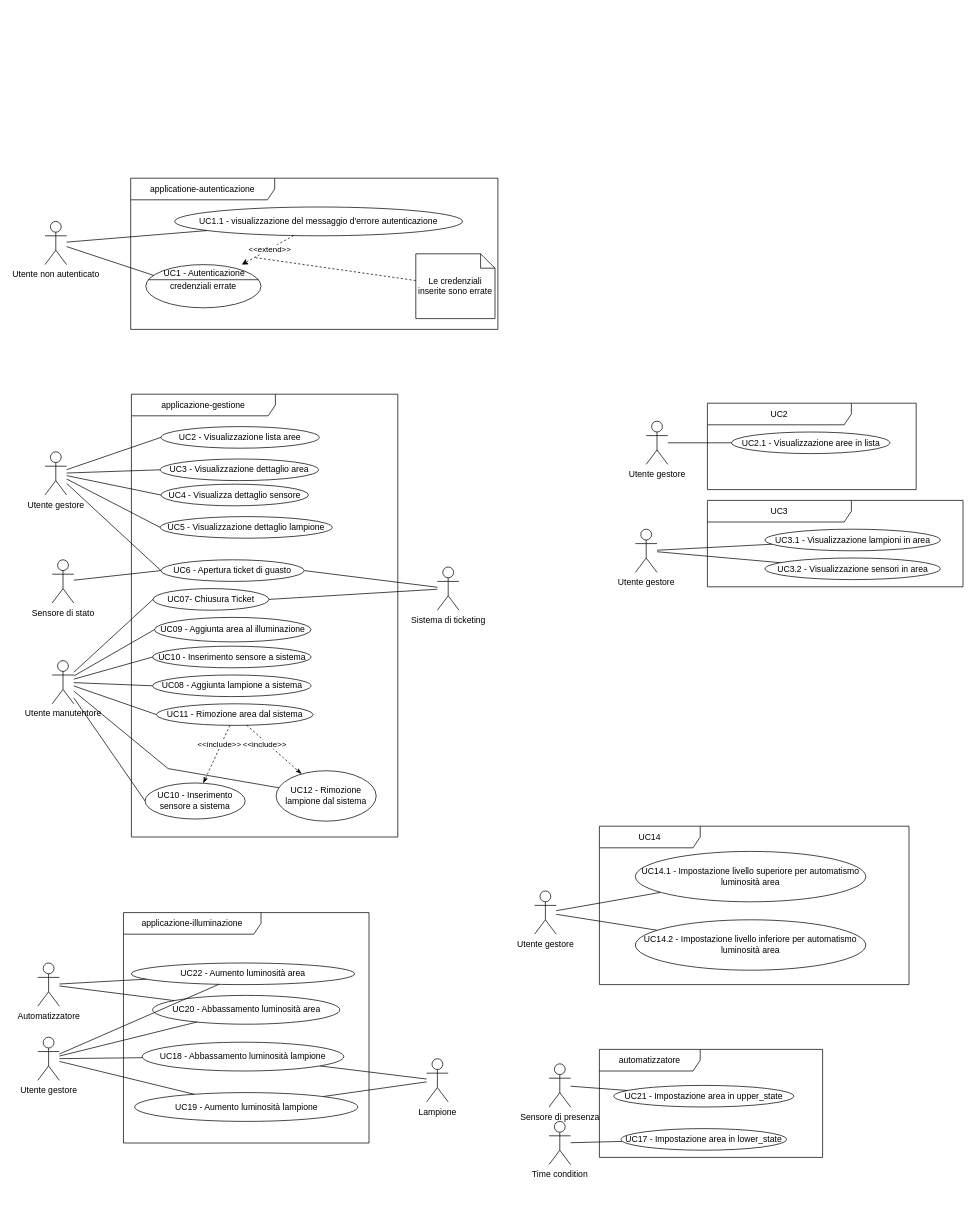
SWEasabi/analisi-dei-requisiti keeps this draw.io diagram as page "OK" (1 of 2) of casi_uso_grafici.drawio. Above is the earlier version. Source tidied: cells renumbered, new cells numbered last; positions are measured from the earlier drawing's top-left corner, leaving out a move shared by most shapes. Both pictures are drawn from the tidied source at 72%, with x=0, y=0 at pixel (37, 178).
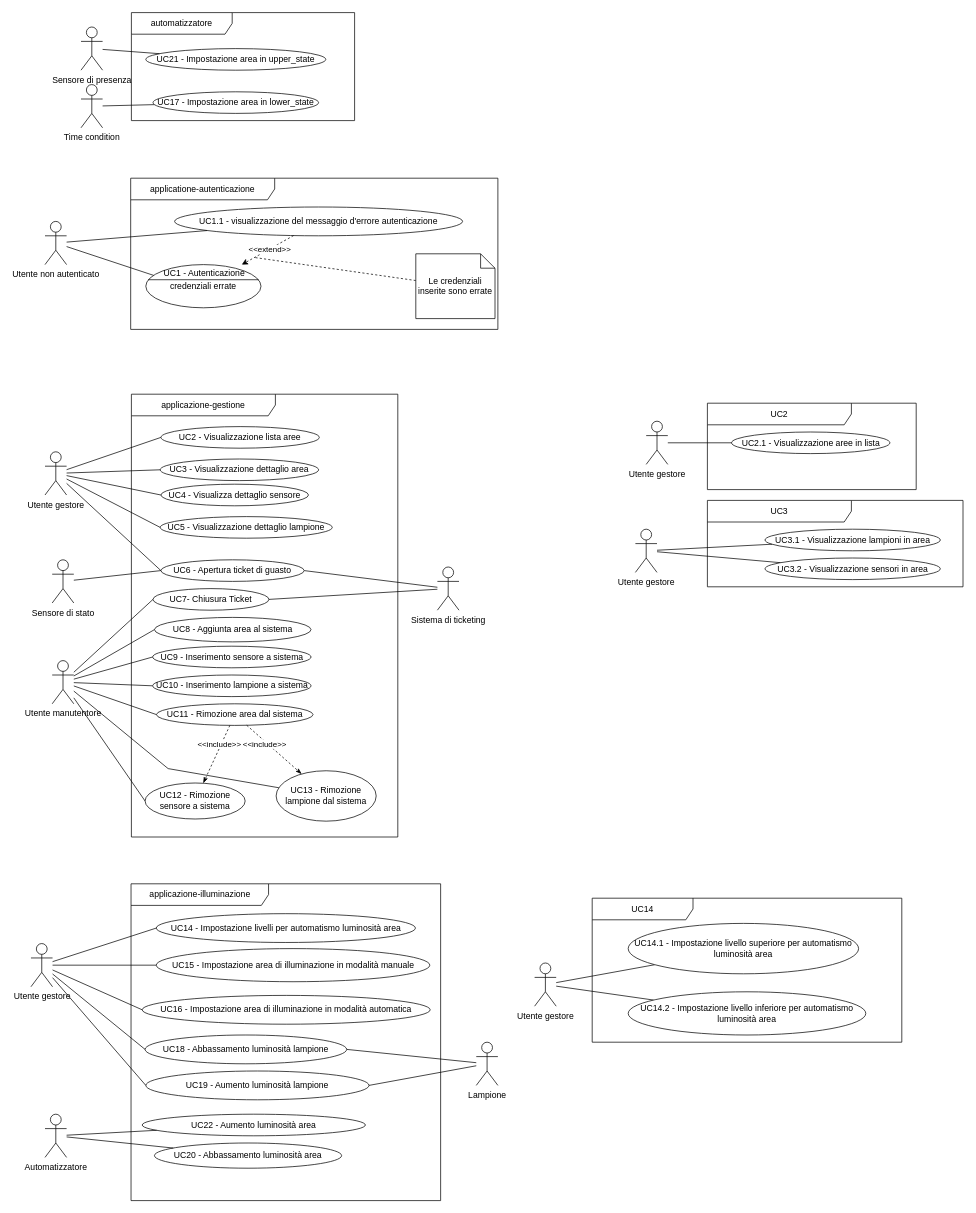
The same diagram, later.

Commit message:
Riordinato il sistema applicazione-illuminazione

The edit, as a diff of the source:
```diff
@@
+    <mxCell id="47" value="applicazione-illuminazione" style="shape=umlFrame;whiteSpace=wrap;html=1;width=191;height=30;" parent="1" vertex="1">
+      <mxGeometry x="129.5" y="980" width="430" height="440" as="geometry" />
+    </mxCell>
@@
     <mxCell id="3" value="automatizzatore" style="shape=umlFrame;whiteSpace=wrap;html=1;width=140;height=30;" parent="1" vertex="1">
-      <mxGeometry x="780" y="1210" width="310" height="150" as="geometry" />
+      <mxGeometry x="130" y="-230" width="310" height="150" as="geometry" />
     </mxCell>
@@
     <mxCell id="31" value="UC14" style="shape=umlFrame;whiteSpace=wrap;html=1;width=140;height=30;" parent="1" vertex="1">
-      <mxGeometry x="780" y="900" width="430" height="220" as="geometry" />
+      <mxGeometry x="770" y="1000" width="430" height="200" as="geometry" />
     </mxCell>
@@
     <mxCell id="34" value="Utente gestore" style="shape=umlActor;verticalLabelPosition=bottom;verticalAlign=top;html=1;outlineConnect=0;gradientColor=none;" parent="1" vertex="1">
-      <mxGeometry x="690" y="990" width="30" height="60" as="geometry" />
+      <mxGeometry x="690" y="1090" width="30" height="60" as="geometry" />
     </mxCell>
     <mxCell id="35" value="UC14.1 - Impostazione livello superiore per automatismo luminosità area" style="ellipse;whiteSpace=wrap;html=1;" parent="1" vertex="1">
-      <mxGeometry x="830" y="935" width="320" height="70" as="geometry" />
+      <mxGeometry x="820" y="1035" width="320" height="70" as="geometry" />
     </mxCell>
     <mxCell id="36" value="UC14.2 - Impostazione livello inferiore per automatismo luminosità area" style="ellipse;whiteSpace=wrap;html=1;" parent="1" vertex="1">
-      <mxGeometry x="830" y="1030" width="320" height="70" as="geometry" />
+      <mxGeometry x="820" y="1130" width="330" height="60" as="geometry" />
     </mxCell>
@@
     <mxCell id="42" value="Time condition" style="shape=umlActor;verticalLabelPosition=bottom;verticalAlign=top;html=1;outlineConnect=0;gradientColor=none;" parent="1" vertex="1">
-      <mxGeometry x="710" y="1310" width="30" height="60" as="geometry" />
+      <mxGeometry x="60" y="-130" width="30" height="60" as="geometry" />
     </mxCell>
     <mxCell id="43" value="UC21 - Impostazione area in upper_state" style="ellipse;whiteSpace=wrap;html=1;gradientColor=none;" parent="1" vertex="1">
-      <mxGeometry x="800" y="1260" width="250" height="30" as="geometry" />
+      <mxGeometry x="150" y="-180" width="250" height="30" as="geometry" />
     </mxCell>
@@
     <mxCell id="45" value="Sensore di presenza" style="shape=umlActor;verticalLabelPosition=bottom;verticalAlign=top;html=1;outlineConnect=0;gradientColor=none;" parent="1" vertex="1">
-      <mxGeometry x="710" y="1230" width="30" height="60" as="geometry" />
+      <mxGeometry x="60" y="-210" width="30" height="60" as="geometry" />
     </mxCell>
     <mxCell id="46" value="UC17 - Impostazione area in lower_state" style="ellipse;whiteSpace=wrap;html=1;gradientColor=none;" parent="1" vertex="1">
-      <mxGeometry x="810" y="1320" width="230" height="30" as="geometry" />
+      <mxGeometry x="160" y="-120" width="230" height="30" as="geometry" />
     </mxCell>
-    <mxCell id="47" value="applicazione-illuminazione" style="shape=umlFrame;whiteSpace=wrap;html=1;width=191;height=30;" parent="1" vertex="1">
-      <mxGeometry x="119" y="1020" width="341" height="320" as="geometry" />
-    </mxCell>
-    <mxCell id="48" style="edgeStyle=none;html=1;endArrow=none;endFill=0;" parent="1" edge="1" source="49" target="54">
+    <mxCell id="48" style="edgeStyle=none;html=1;endArrow=none;endFill=0;exitX=1;exitY=0.5;exitDx=0;exitDy=0;" parent="1" edge="1" source="49" target="54">
       <mxGeometry relative="1" as="geometry" />
     </mxCell>
     <mxCell id="49" value="UC19 - Aumento luminosità lampione" style="ellipse;whiteSpace=wrap;html=1;" parent="1" vertex="1">
-      <mxGeometry x="134.5" y="1270" width="310" height="40" as="geometry" />
+      <mxGeometry x="150" y="1240" width="310" height="40" as="geometry" />
     </mxCell>
     <mxCell id="50" value="UC22 - Aumento luminosità area" style="ellipse;whiteSpace=wrap;html=1;gradientColor=none;" parent="1" vertex="1">
-      <mxGeometry x="130" y="1090" width="310" height="30" as="geometry" />
+      <mxGeometry x="145" y="1300" width="310" height="30" as="geometry" />
     </mxCell>
-    <mxCell id="51" style="edgeStyle=none;html=1;endArrow=none;endFill=0;" parent="1" edge="1" source="52" target="54">
+    <mxCell id="51" style="edgeStyle=none;html=1;endArrow=none;endFill=0;exitX=1;exitY=0.5;exitDx=0;exitDy=0;" parent="1" edge="1" source="52" target="54">
       <mxGeometry relative="1" as="geometry" />
     </mxCell>
     <mxCell id="52" value="UC18 - Abbassamento luminosità lampione" style="ellipse;whiteSpace=wrap;html=1;" parent="1" vertex="1">
-      <mxGeometry x="145" y="1200" width="280" height="40" as="geometry" />
+      <mxGeometry x="149" y="1190" width="280" height="40" as="geometry" />
     </mxCell>
     <mxCell id="53" value="UC20 - Abbassamento luminosità area" style="ellipse;whiteSpace=wrap;html=1;" parent="1" vertex="1">
-      <mxGeometry x="159.5" y="1135" width="260" height="40" as="geometry" />
+      <mxGeometry x="162" y="1340" width="260" height="35" as="geometry" />
     </mxCell>
     <mxCell id="54" value="Lampione" style="shape=umlActor;verticalLabelPosition=bottom;verticalAlign=top;html=1;outlineConnect=0;" parent="1" vertex="1">
-      <mxGeometry x="540" y="1223" width="30" height="60" as="geometry" />
+      <mxGeometry x="609" y="1200" width="30" height="60" as="geometry" />
     </mxCell>
-    <mxCell id="55" style="edgeStyle=none;html=1;endArrow=none;endFill=0;" parent="1" edge="1" source="59" target="50">
-      <mxGeometry relative="1" as="geometry" />
-    </mxCell>
-    <mxCell id="56" style="edgeStyle=none;html=1;endArrow=none;endFill=0;" parent="1" edge="1" source="59" target="53">
-      <mxGeometry relative="1" as="geometry" />
-    </mxCell>
-    <mxCell id="57" style="edgeStyle=none;html=1;endArrow=none;endFill=0;" parent="1" edge="1" source="59" target="52">
+    <mxCell id="57" style="edgeStyle=none;html=1;endArrow=none;endFill=0;entryX=0;entryY=0.5;entryDx=0;entryDy=0;" parent="1" edge="1" source="59" target="52">
       <mxGeometry relative="1" as="geometry" />
     </mxCell>
-    <mxCell id="58" style="edgeStyle=none;html=1;endArrow=none;endFill=0;" parent="1" edge="1" source="59" target="49">
+    <mxCell id="58" style="edgeStyle=none;html=1;endArrow=none;endFill=0;entryX=0;entryY=0.5;entryDx=0;entryDy=0;" parent="1" edge="1" source="59" target="49">
       <mxGeometry relative="1" as="geometry" />
     </mxCell>
-    <mxCell id="59" value="Utente gestore" style="shape=umlActor;verticalLabelPosition=bottom;verticalAlign=top;html=1;outlineConnect=0;" parent="1" vertex="1">
-      <mxGeometry y="1193" width="30" height="60" as="geometry" />
-    </mxCell>
@@
     <mxCell id="62" value="Automatizzatore" style="shape=umlActor;verticalLabelPosition=bottom;verticalAlign=top;html=1;outlineConnect=0;" parent="1" vertex="1">
-      <mxGeometry y="1090" width="30" height="60" as="geometry" />
+      <mxGeometry x="10" y="1300" width="30" height="60" as="geometry" />
     </mxCell>
@@
-    <mxCell id="69" value="UC08 - Aggiunta lampione a sistema" style="ellipse;whiteSpace=wrap;html=1;" parent="1" vertex="1">
+    <mxCell id="69" value="UC10 - Inserimento lampione a sistema" style="ellipse;whiteSpace=wrap;html=1;" parent="1" vertex="1">
       <mxGeometry x="159.5" y="690" width="220" height="30" as="geometry" />
     </mxCell>
@@
-    <mxCell id="73" value="UC07- Chiusura Ticket" style="ellipse;whiteSpace=wrap;html=1;" parent="1" vertex="1">
+    <mxCell id="73" value="UC7- Chiusura Ticket" style="ellipse;whiteSpace=wrap;html=1;" parent="1" vertex="1">
       <mxGeometry x="160" y="570" width="161" height="30" as="geometry" />
     </mxCell>
-    <mxCell id="74" value="UC10 - Inserimento sensore a sistema" style="ellipse;whiteSpace=wrap;html=1;" parent="1" vertex="1">
+    <mxCell id="74" value="UC9 - Inserimento sensore a sistema" style="ellipse;whiteSpace=wrap;html=1;" parent="1" vertex="1">
       <mxGeometry x="159.5" y="650" width="220" height="30" as="geometry" />
     </mxCell>
@@
-    <mxCell id="76" value="UC12 - Rimozione lampione dal sistema" style="ellipse;whiteSpace=wrap;html=1;" parent="1" vertex="1">
+    <mxCell id="76" value="UC13 - Rimozione lampione dal sistema" style="ellipse;whiteSpace=wrap;html=1;" parent="1" vertex="1">
       <mxGeometry x="331" y="823" width="139" height="70" as="geometry" />
     </mxCell>
-    <mxCell id="77" value="UC09 - Aggiunta area al illuminazione" style="ellipse;whiteSpace=wrap;html=1;" parent="1" vertex="1">
+    <mxCell id="77" value="UC8 - Aggiunta area al sistema" style="ellipse;whiteSpace=wrap;html=1;" parent="1" vertex="1">
       <mxGeometry x="162" y="610" width="217.5" height="34" as="geometry" />
     </mxCell>
@@
-    <mxCell id="85" value="UC10 - Inserimento sensore a sistema" style="ellipse;whiteSpace=wrap;html=1;" parent="1" vertex="1">
+    <mxCell id="85" value="UC12 - Rimozione sensore a sistema" style="ellipse;whiteSpace=wrap;html=1;" parent="1" vertex="1">
       <mxGeometry x="149" y="840" width="139" height="50" as="geometry" />
     </mxCell>
@@
+    <mxCell id="88" style="rounded=0;jettySize=auto;html=1;endArrow=none;endFill=0;entryX=0;entryY=0.5;entryDx=0;entryDy=0;" parent="1" edge="1" source="59" target="91">
+      <mxGeometry relative="1" as="geometry" />
+    </mxCell>
+    <mxCell id="89" style="edgeStyle=none;rounded=0;jumpStyle=none;jumpSize=15;jettySize=auto;html=1;endArrow=none;endFill=0;entryX=0;entryY=0.5;entryDx=0;entryDy=0;" parent="1" edge="1" source="59" target="90">
+      <mxGeometry relative="1" as="geometry" />
+    </mxCell>
+    <mxCell id="59" value="Utente gestore" style="shape=umlActor;verticalLabelPosition=bottom;verticalAlign=top;html=1;outlineConnect=0;gradientColor=none;" parent="1" vertex="1">
+      <mxGeometry x="-9.5" y="1063" width="30" height="60" as="geometry" />
+    </mxCell>
+    <mxCell id="90" value="UC16 - Impostazione area di illuminazione in modalità automatica" style="ellipse;whiteSpace=wrap;html=1;" parent="1" vertex="1">
+      <mxGeometry x="145" y="1135" width="400" height="40" as="geometry" />
+    </mxCell>
+    <mxCell id="91" value="UC15 - Impostazione area di illuminazione in modalità manuale" style="ellipse;whiteSpace=wrap;html=1;" parent="1" vertex="1">
+      <mxGeometry x="164.5" y="1070" width="380" height="46" as="geometry" />
+    </mxCell>
+    <mxCell id="92" value="UC14 - Impostazione livelli per automatismo luminosità area" style="ellipse;whiteSpace=wrap;html=1;" parent="1" vertex="1">
+      <mxGeometry x="164.5" y="1021.5" width="360" height="40" as="geometry" />
+    </mxCell>
+    <mxCell id="93" style="edgeStyle=none;rounded=0;jumpStyle=none;jumpSize=15;jettySize=auto;html=1;endArrow=none;endFill=0;entryX=0;entryY=0.5;entryDx=0;entryDy=0;" parent="1" edge="1" source="59" target="92">
+      <mxGeometry relative="1" as="geometry" />
+    </mxCell>
```
